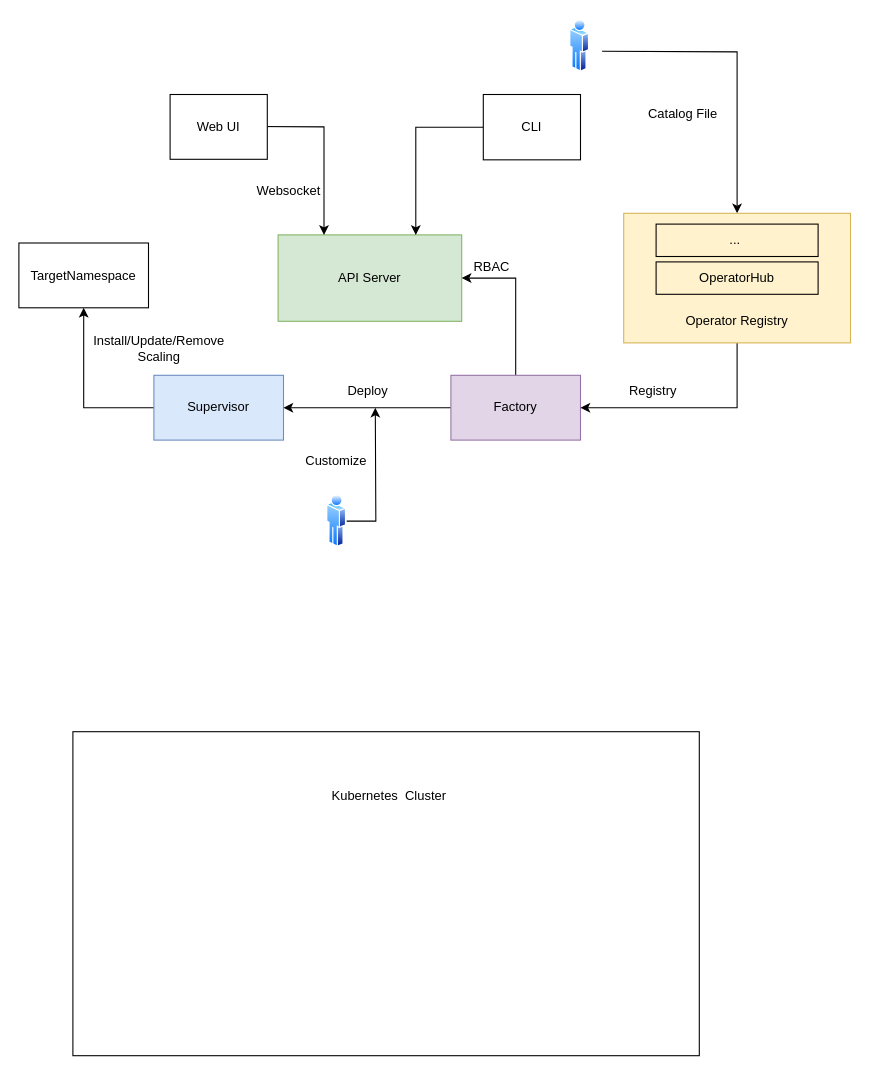
Before: docs/olm.drawio in vanguoo/Distributed-Measurement-System, a draw.io diagram. Source tidied: cells renumbered, new cells numbered last; positions are measured from the earlier drawing's top-left corner, leaving out a move shared by most shapes. Both pictures are drawn from the tidied source at 108%, with x=0, y=0 at pixel (18, 18).
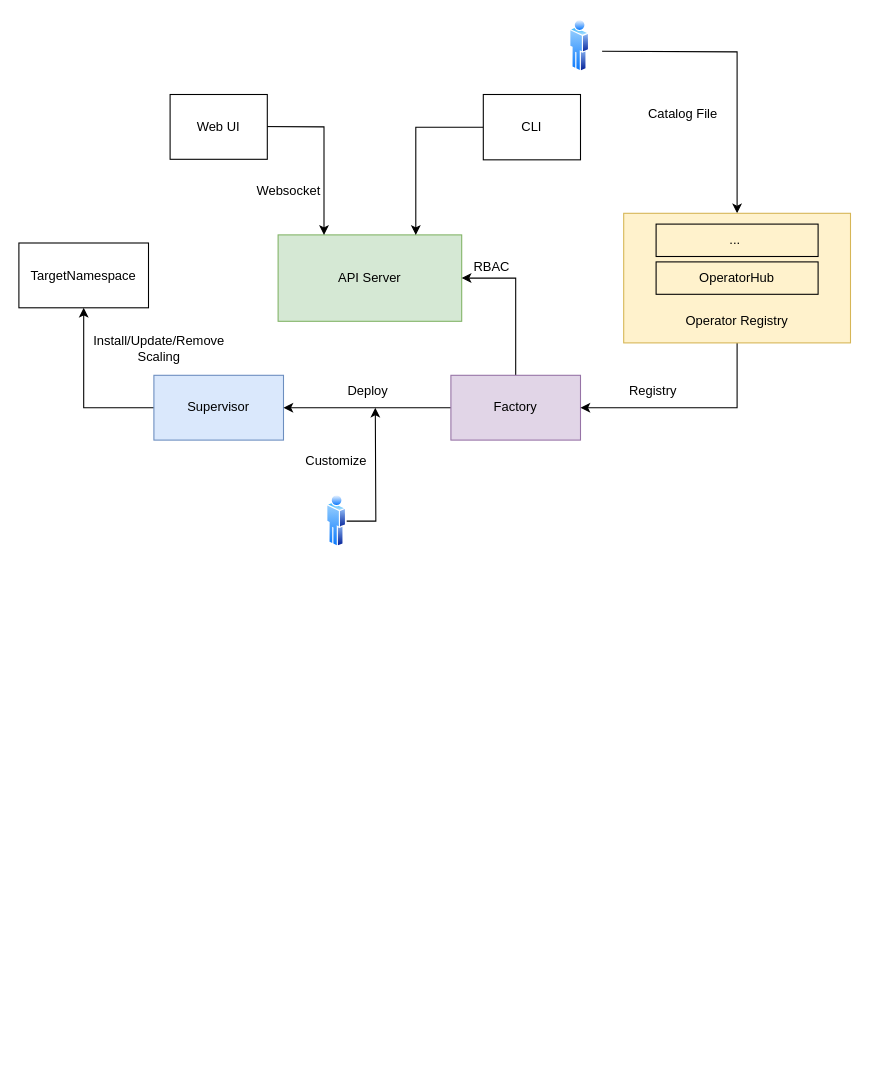
Above is the later version.

The edit, as a diff of the source:
```diff
@@
-    <mxCell id="8" style="rounded=0;whiteSpace=wrap;html=1;fillColor=none;" parent="1" vertex="1">
-      <mxGeometry x="50" y="660" width="580" height="300" as="geometry" />
-    </mxCell>
-    <mxCell id="9" value="Kubernetes&amp;nbsp; Cluster" style="text;html=1;strokeColor=none;fillColor=none;align=center;verticalAlign=middle;whiteSpace=wrap;rounded=0;" parent="1" vertex="1">
-      <mxGeometry x="267.5" y="710" width="150" height="20" as="geometry" />
-    </mxCell>
```
